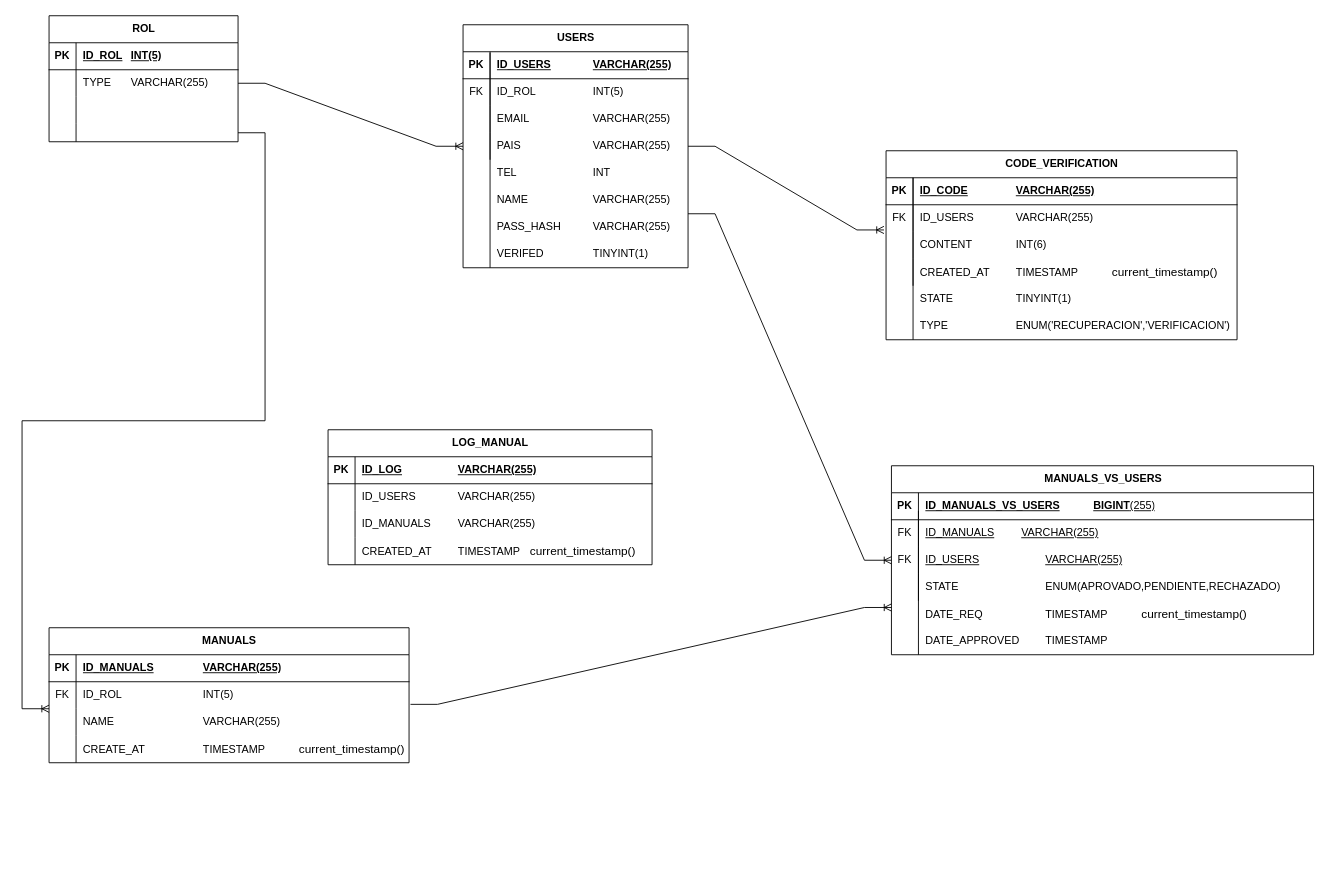
This is Diagramas Y ERS/BD COLMOTICA WEB.drawio from colmotica19/web-page-colmotica-backend, a draw.io file, before an edit. Source tidied: cells renumbered, new cells numbered last; positions are measured from the earlier drawing's top-left corner, leaving out a move shared by most shapes. Both pictures are drawn from the tidied source at 90%, with x=0, y=0 at pixel (49, 15).
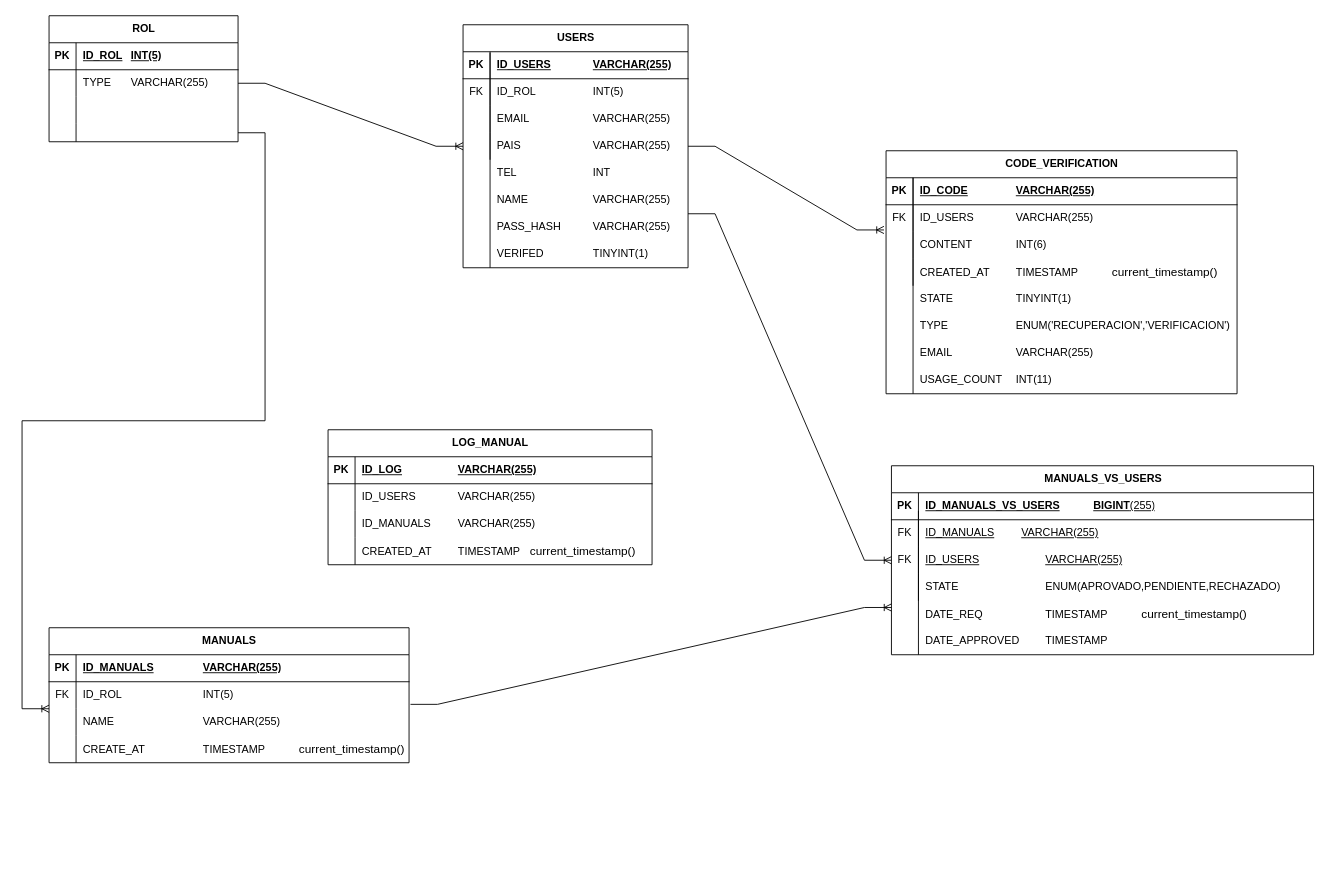
Above is the later version.

The edit, as a diff of the source:
```diff
@@
     <mxCell id="39" value="CODE_VERIFICATION" style="shape=table;startSize=30;childLayout=tableLayout;rowLines=0;fontStyle=1;align=center;html=1;" parent="1" vertex="1">
-      <mxGeometry x="930" y="150" width="390" height="210" as="geometry" />
+      <mxGeometry x="930" y="150" width="390" height="270" as="geometry" />
     </mxCell>
@@
     <mxCell id="57" style="endArrow=none;html=1;rounded=0;entryX=0.12;entryY=0.033;entryDx=0;entryDy=0;entryPerimeter=0;" parent="1" edge="1">
       <mxGeometry relative="1" as="geometry">
-        <mxPoint x="960" y="360" as="sourcePoint" />
+        <mxPoint x="960" y="420" as="sourcePoint" />
         <mxPoint x="960" y="180" as="targetPoint" />
       </mxGeometry>
     </mxCell>
@@
+    <mxCell id="105" value="EMAIL&lt;span style=&quot;white-space: pre;&quot;&gt;&#9;&lt;/span&gt;&lt;span style=&quot;white-space: pre;&quot;&gt;&#9;&lt;/span&gt;&lt;span style=&quot;white-space: pre;&quot;&gt;&#9;&lt;/span&gt;VARCHAR(255)" style="shape=partialRectangle;fillColor=none;top=0;left=0;bottom=0;right=0;align=left;spacingLeft=6;overflow=hidden;whiteSpace=wrap;html=1;" parent="1" vertex="1">
+      <mxGeometry x="960" y="360" width="360" height="30" as="geometry" />
+    </mxCell>
+    <mxCell id="106" value="USAGE_COUNT&amp;nbsp;&lt;span style=&quot;white-space: pre;&quot;&gt;&#9;&lt;/span&gt;INT(11)" style="shape=partialRectangle;fillColor=none;top=0;left=0;bottom=0;right=0;align=left;spacingLeft=6;overflow=hidden;whiteSpace=wrap;html=1;" parent="1" vertex="1">
+      <mxGeometry x="960" y="390" width="360" height="30" as="geometry" />
+    </mxCell>
```
